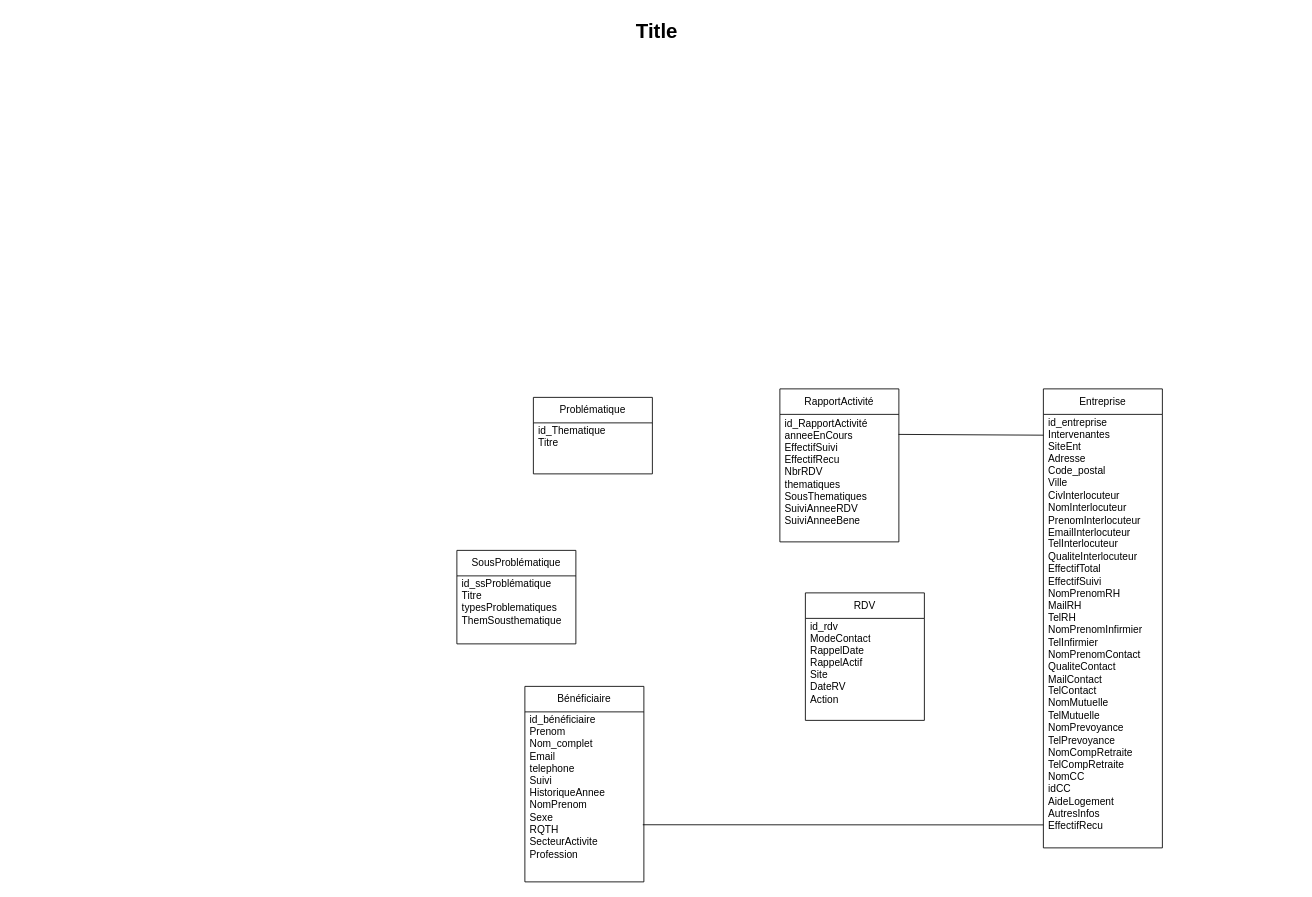
Earlier version of the draw.io diagram mcd.drawio (lttlekiwi/diagramme). Source tidied: cells renumbered, new cells numbered last; positions are measured from the earlier drawing's top-left corner, leaving out a move shared by most shapes. Both pictures are drawn from the tidied source at 85%, with x=0, y=0 at pixel (14, 14).
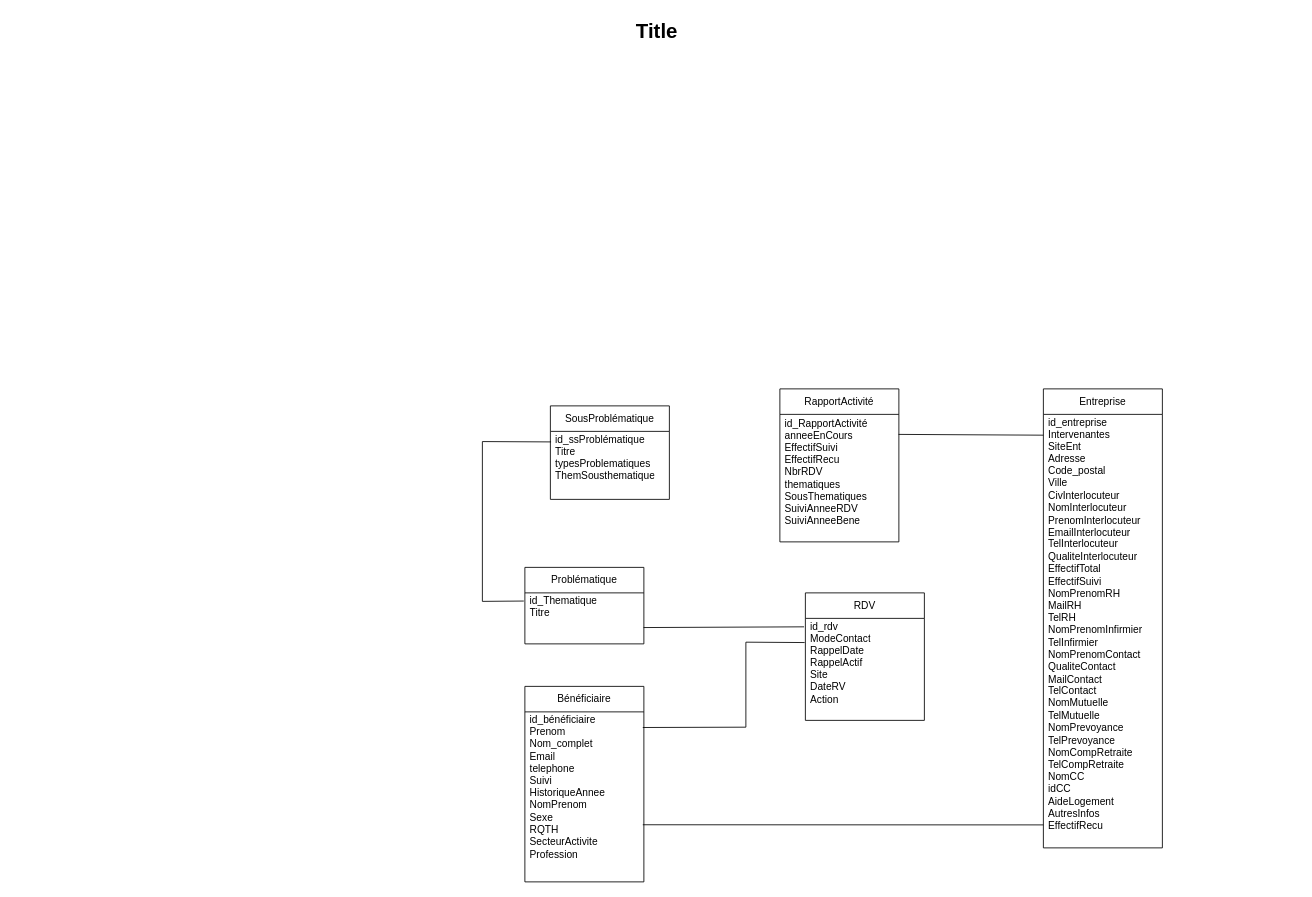
The same page after the edit.

Commit message (it also covers changes not shown here):
Mettre à jour mcd.drawio

The change refers to these unchanged cells:
```xml
<mxCell id="4" value="&lt;div&gt;id_rdv&lt;/div&gt;&lt;div&gt;ModeContact&lt;/div&gt;&lt;div&gt;RappelDate&lt;/div&gt;&lt;div&gt;RappelActif&lt;/div&gt;&lt;div&gt;Site&lt;/div&gt;&lt;div&gt;DateRV&lt;/div&gt;&lt;div&gt;Action&lt;/div&gt;&lt;div&gt;&lt;br&gt;&lt;/div&gt;&lt;div&gt;&lt;br&gt;&lt;/div&gt;" style="text;strokeColor=none;fillColor=none;align=left;verticalAlign=middle;spacingLeft=4;spacingRight=4;overflow=hidden;points=[[0,0.5],[1,0.5]];portConstraint=eastwest;whiteSpace=wrap;html=1;" parent="3" vertex="1">
  <mxGeometry y="30" width="140" height="120" as="geometry" />
</mxCell>
<mxCell id="6" value="id_ssProblématique&lt;div&gt;Titre&lt;br&gt;&lt;div&gt;typesProblematiques&lt;/div&gt;&lt;div&gt;ThemSousthematique&lt;/div&gt;&lt;/div&gt;&lt;div&gt;&lt;br&gt;&lt;/div&gt;&lt;div&gt;&lt;br&gt;&lt;/div&gt;" style="text;strokeColor=none;fillColor=none;align=left;verticalAlign=middle;spacingLeft=4;spacingRight=4;overflow=hidden;points=[[0,0.5],[1,0.5]];portConstraint=eastwest;whiteSpace=wrap;html=1;" parent="5" vertex="1">
  <mxGeometry y="30" width="140" height="80" as="geometry" />
</mxCell>
<mxCell id="8" value="id_Thematique&lt;div&gt;Titre&lt;/div&gt;&lt;div&gt;&lt;br&gt;&lt;/div&gt;&lt;div&gt;&lt;br&gt;&lt;/div&gt;" style="text;strokeColor=none;fillColor=none;align=left;verticalAlign=middle;spacingLeft=4;spacingRight=4;overflow=hidden;points=[[0,0.5],[1,0.5]];portConstraint=eastwest;whiteSpace=wrap;html=1;" parent="7" vertex="1">
  <mxGeometry y="30" width="140" height="60" as="geometry" />
</mxCell>
<mxCell id="12" value="id_bénéficiaire&lt;div&gt;Prenom&lt;/div&gt;&lt;div&gt;Nom_complet&lt;/div&gt;&lt;div&gt;Email&lt;/div&gt;&lt;div&gt;telephone&lt;/div&gt;&lt;div&gt;Suivi&lt;/div&gt;&lt;div&gt;HistoriqueAnnee&lt;/div&gt;&lt;div&gt;NomPrenom&lt;/div&gt;&lt;div&gt;Sexe&lt;/div&gt;&lt;div&gt;RQTH&lt;/div&gt;&lt;div&gt;SecteurActivite&lt;/div&gt;&lt;div&gt;Profession&lt;/div&gt;&lt;div&gt;&lt;br&gt;&lt;/div&gt;&lt;div&gt;&lt;br&gt;&lt;/div&gt;&lt;div&gt;&lt;br&gt;&lt;/div&gt;" style="text;strokeColor=none;fillColor=none;align=left;verticalAlign=middle;spacingLeft=4;spacingRight=4;overflow=hidden;points=[[0,0.5],[1,0.5]];portConstraint=eastwest;whiteSpace=wrap;html=1;" parent="11" vertex="1">
  <mxGeometry y="30" width="140" height="200" as="geometry" />
</mxCell>
```

Change to the diagram source:
```diff
@@
     <mxCell id="5" value="SousProblématique" style="swimlane;fontStyle=0;horizontal=1;startSize=30;whiteSpace=wrap;html=1;" parent="1" vertex="1">
-      <mxGeometry x="520" y="630" width="140" height="110" as="geometry" />
+      <mxGeometry x="630" y="460" width="140" height="110" as="geometry" />
     </mxCell>
@@
     <mxCell id="7" value="Problématique" style="swimlane;fontStyle=0;horizontal=1;startSize=30;whiteSpace=wrap;html=1;" parent="1" vertex="1">
-      <mxGeometry x="610" y="450" width="140" height="90" as="geometry" />
+      <mxGeometry x="600" y="650" width="140" height="90" as="geometry" />
     </mxCell>
@@
+    <mxCell id="17" style="endArrow=none;html=1;rounded=0;exitX=0.997;exitY=0.68;exitDx=0;exitDy=0;exitPerimeter=0;entryX=-0.011;entryY=0.083;entryDx=0;entryDy=0;entryPerimeter=0;" parent="1" edge="1" source="8" target="4">
+      <mxGeometry relative="1" as="geometry" />
+    </mxCell>
+    <mxCell id="18" style="endArrow=none;html=1;rounded=0;exitX=0.006;exitY=0.155;exitDx=0;exitDy=0;exitPerimeter=0;entryX=-0.009;entryY=0.16;entryDx=0;entryDy=0;entryPerimeter=0;" parent="1" edge="1" source="6" target="8">
+      <mxGeometry relative="1" as="geometry">
+        <Array as="points">
+          <mxPoint x="550" y="502" />
+          <mxPoint x="550" y="690" />
+        </Array>
+      </mxGeometry>
+    </mxCell>
+    <mxCell id="19" style="endArrow=none;html=1;rounded=0;exitX=0.991;exitY=0.092;exitDx=0;exitDy=0;exitPerimeter=0;entryX=-0.006;entryY=0.237;entryDx=0;entryDy=0;entryPerimeter=0;" parent="1" edge="1" source="12" target="4">
+      <mxGeometry relative="1" as="geometry">
+        <Array as="points">
+          <mxPoint x="860" y="838" />
+          <mxPoint x="860" y="738" />
+        </Array>
+      </mxGeometry>
+    </mxCell>
```
